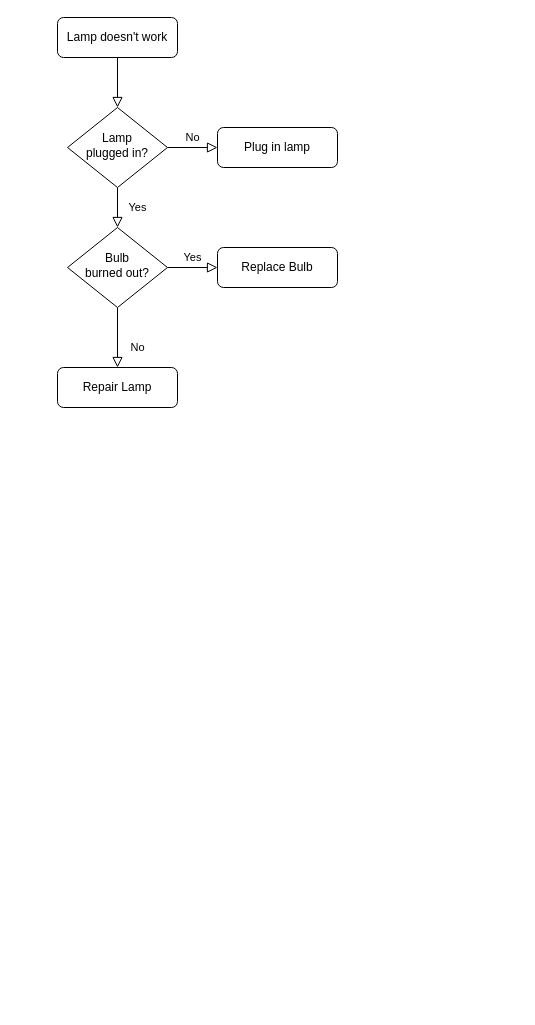
Before: Untitled Diagram.drawio in KAKALZF/image, a draw.io diagram. Source tidied: cells renumbered, new cells numbered last; positions are measured from the earlier drawing's top-left corner, leaving out a move shared by most shapes. Both pictures are drawn from the tidied source at 100%, with x=0, y=0 at pixel (57, 17).
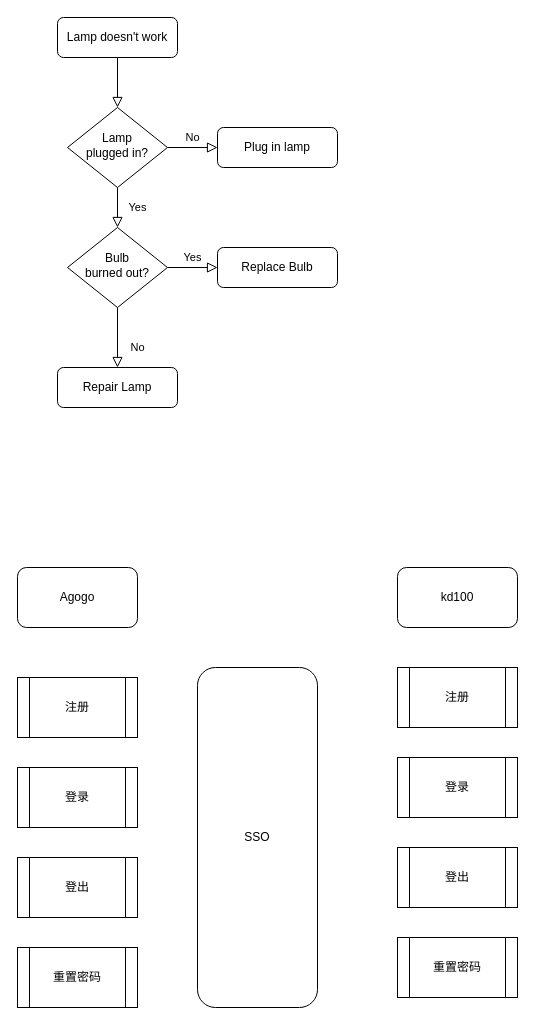
The same diagram, later.

What changed in the source:
```diff
@@
+    <mxCell id="13" value="kd100" style="rounded=1;whiteSpace=wrap;html=1;" parent="1" vertex="1">
+      <mxGeometry x="340" y="550" width="120" height="60" as="geometry" />
+    </mxCell>
+    <mxCell id="14" value="Agogo" style="rounded=1;whiteSpace=wrap;html=1;align=center;verticalAlign=middle;" parent="1" vertex="1">
+      <mxGeometry x="-40" y="550" width="120" height="60" as="geometry" />
+    </mxCell>
+    <mxCell id="15" value="SSO" style="rounded=1;whiteSpace=wrap;html=1;align=center;verticalAlign=middle;" parent="1" vertex="1">
+      <mxGeometry x="140" y="650" width="120" height="340" as="geometry" />
+    </mxCell>
+    <mxCell id="16" style="group;" parent="1" vertex="1">
+      <mxGeometry x="-40" y="660" width="120" height="330" as="geometry" />
+    </mxCell>
+    <mxCell id="17" value="注册" style="shape=process;whiteSpace=wrap;html=1;backgroundOutline=1;align=center;verticalAlign=middle;" parent="16" vertex="1">
+      <mxGeometry width="120" height="60" as="geometry" />
+    </mxCell>
+    <mxCell id="18" value="登录" style="shape=process;whiteSpace=wrap;html=1;backgroundOutline=1;align=center;verticalAlign=middle;" parent="16" vertex="1">
+      <mxGeometry y="90" width="120" height="60" as="geometry" />
+    </mxCell>
+    <mxCell id="19" value="登出" style="shape=process;whiteSpace=wrap;html=1;backgroundOutline=1;align=center;verticalAlign=middle;" parent="16" vertex="1">
+      <mxGeometry y="180" width="120" height="60" as="geometry" />
+    </mxCell>
+    <mxCell id="20" value="重置密码" style="shape=process;whiteSpace=wrap;html=1;backgroundOutline=1;align=center;verticalAlign=middle;" parent="16" vertex="1">
+      <mxGeometry y="270" width="120" height="60" as="geometry" />
+    </mxCell>
+    <mxCell id="21" style="group;" parent="1" vertex="1">
+      <mxGeometry x="340" y="650" width="120" height="330" as="geometry" />
+    </mxCell>
+    <mxCell id="22" value="注册" style="shape=process;whiteSpace=wrap;html=1;backgroundOutline=1;align=center;verticalAlign=middle;" parent="21" vertex="1">
+      <mxGeometry width="120" height="60" as="geometry" />
+    </mxCell>
+    <mxCell id="23" value="登录" style="shape=process;whiteSpace=wrap;html=1;backgroundOutline=1;align=center;verticalAlign=middle;" parent="21" vertex="1">
+      <mxGeometry y="90" width="120" height="60" as="geometry" />
+    </mxCell>
+    <mxCell id="24" value="登出" style="shape=process;whiteSpace=wrap;html=1;backgroundOutline=1;align=center;verticalAlign=middle;" parent="21" vertex="1">
+      <mxGeometry y="180" width="120" height="60" as="geometry" />
+    </mxCell>
+    <mxCell id="25" value="重置密码" style="shape=process;whiteSpace=wrap;html=1;backgroundOutline=1;align=center;verticalAlign=middle;" parent="21" vertex="1">
+      <mxGeometry y="270" width="120" height="60" as="geometry" />
+    </mxCell>
```
